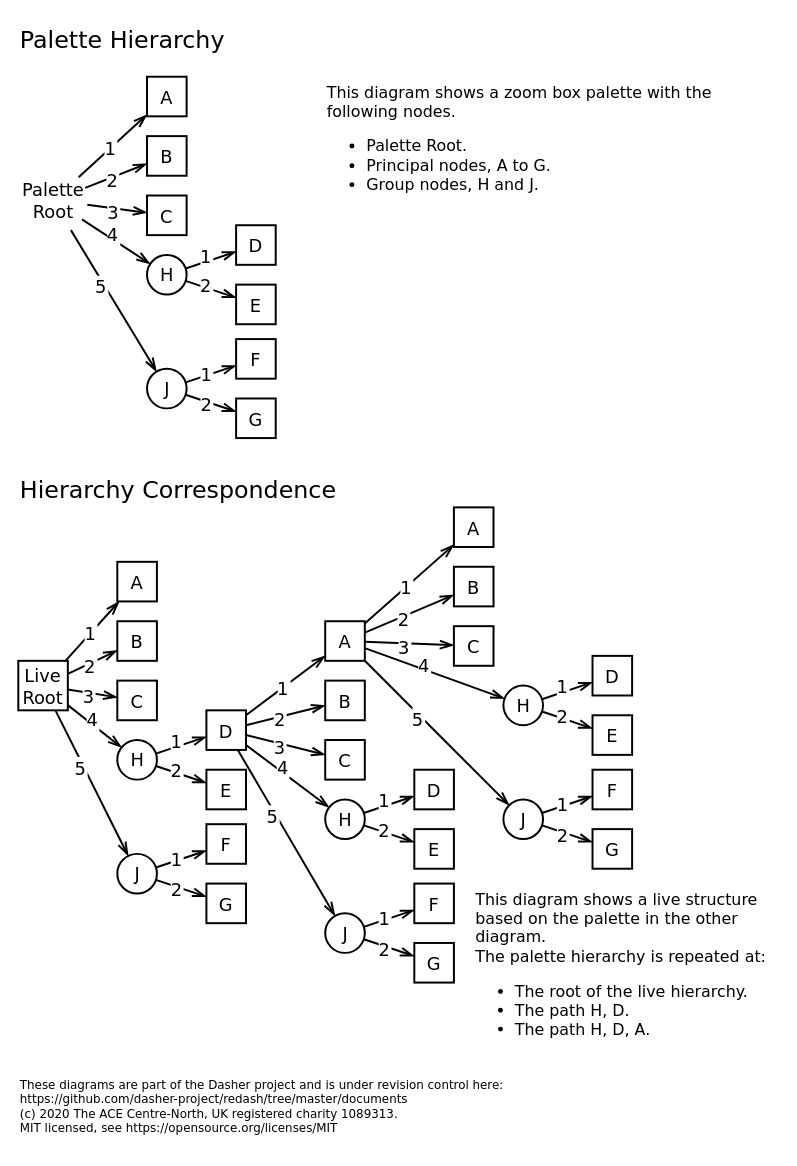
This is documents/Specification/Palette.drawio from dasher-project/dasher-web, a draw.io file, before an edit. Source tidied: cells renumbered, new cells numbered last; positions are measured from the earlier drawing's top-left corner, leaving out a move shared by most shapes. Both pictures are drawn from the tidied source at 99%, with x=0, y=0 at pixel (18, 17).
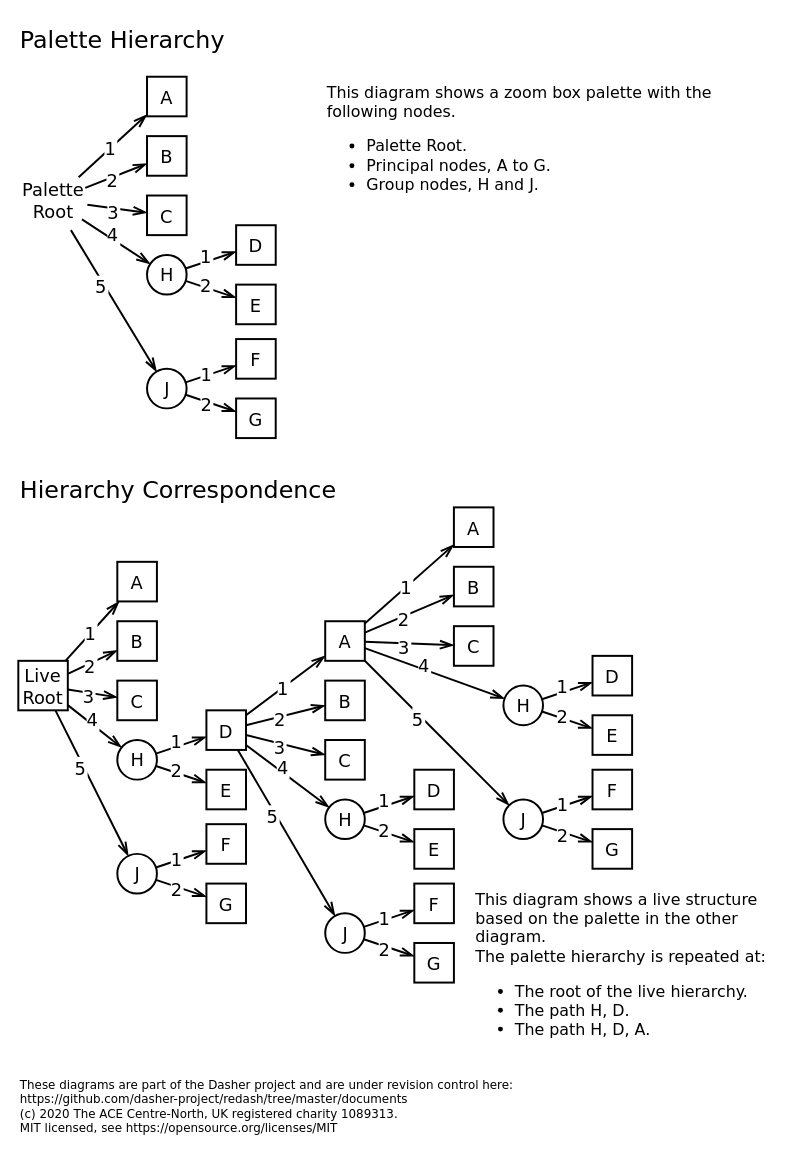
The same diagram, later.

Commit message:
Correct grammar

Diff of the diagram source:
```diff
@@
-    <mxCell id="3" value="These diagrams are part of the Dasher project and is under revision control here:&#10;https://github.com/dasher-project/redash/tree/master/documents&#10;(c) 2020 The ACE Centre-North, UK registered charity 1089313.&#10;MIT licensed, see https://opensource.org/licenses/MIT&#10;" style="rounded=0;shadow=0;comic=0;labelBackgroundColor=none;strokeWidth=2;fillColor=none;fontFamily=DejaVu Sans;fontSize=12;fontColor=#000000;align=left;arcSize=20;spacingTop=0;spacingLeft=0;spacing=2;spacingBottom=0;spacingRight=0;strokeColor=none;whiteSpace=wrap;verticalAlign=top;" parent="1" vertex="1">
+    <mxCell id="3" value="These diagrams are part of the Dasher project and are under revision control here:&#10;https://github.com/dasher-project/redash/tree/master/documents&#10;(c) 2020 The ACE Centre-North, UK registered charity 1089313.&#10;MIT licensed, see https://opensource.org/licenses/MIT&#10;" style="rounded=0;shadow=0;comic=0;labelBackgroundColor=none;strokeWidth=2;fillColor=none;fontFamily=DejaVu Sans;fontSize=12;fontColor=#000000;align=left;arcSize=20;spacingTop=0;spacingLeft=0;spacing=2;spacingBottom=0;spacingRight=0;strokeColor=none;whiteSpace=wrap;verticalAlign=top;" parent="1" vertex="1">
       <mxGeometry y="1065" width="640" height="70" as="geometry" />
     </mxCell>
```
